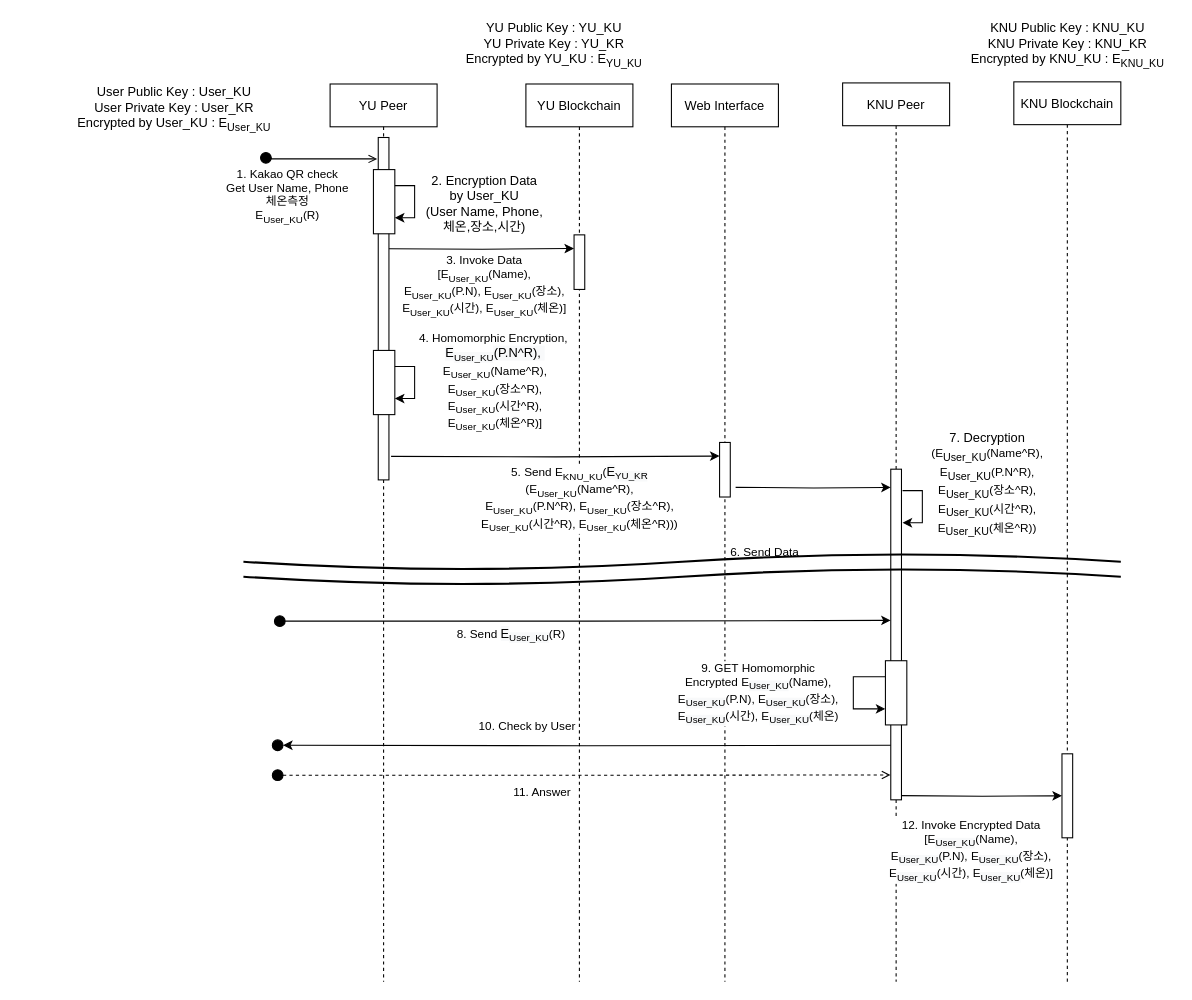
This is page "check by other org" (1 of 3) of Sequence Diagram.drawio from GunhyungKim/TrackingSystem, a draw.io file, before an edit. Source tidied: cells renumbered, new cells numbered last; positions are measured from the earlier drawing's top-left corner, leaving out a move shared by most shapes. Both pictures are drawn from the tidied source at 107%, with x=0, y=0 at pixel (66, 18).
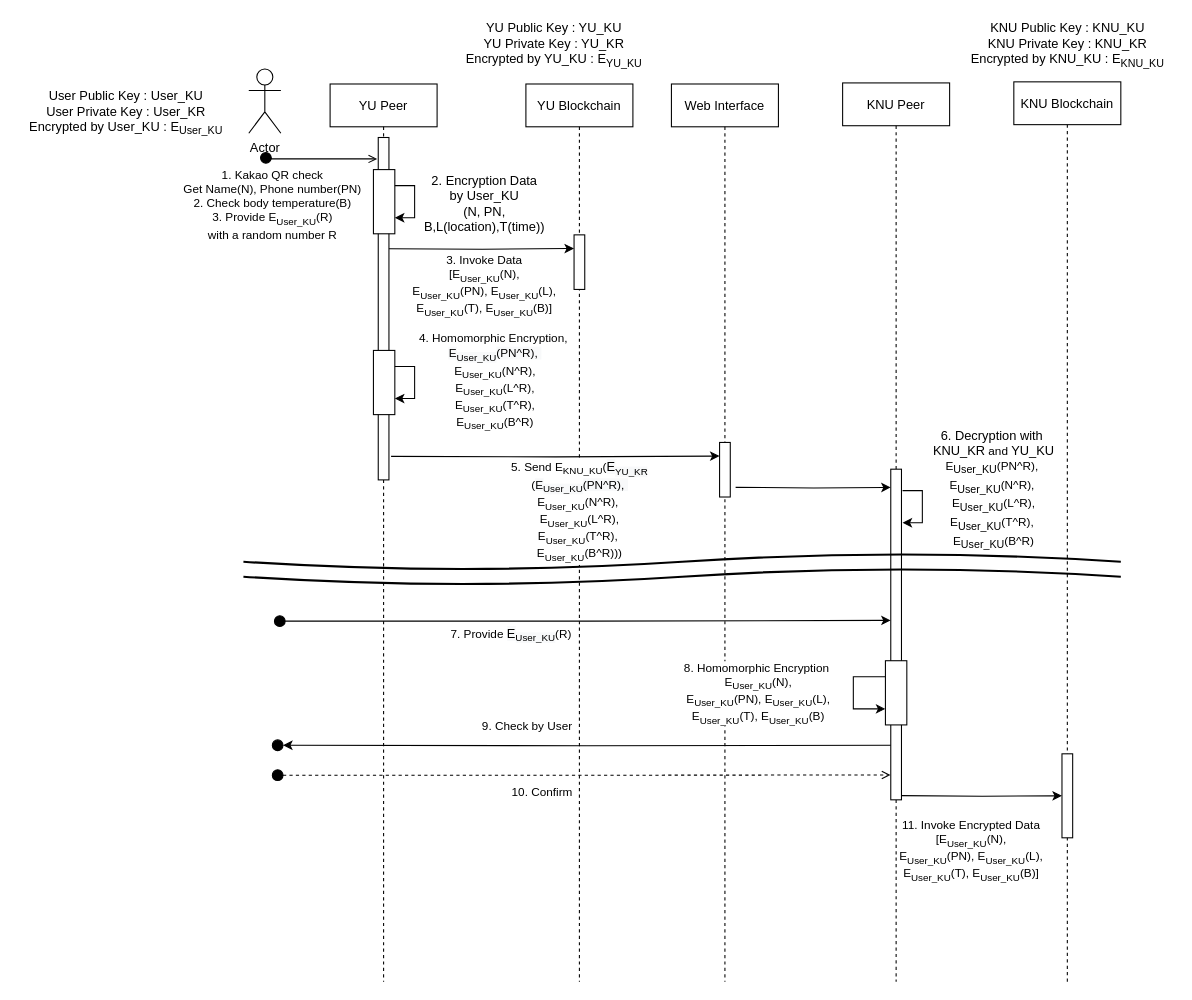
The same diagram, later.

The change refers to these unchanged cells:
```xml
<mxCell id="7" style="edgeStyle=orthogonalEdgeStyle;rounded=0;orthogonalLoop=1;jettySize=auto;html=1;exitX=0;exitY=0.25;exitDx=0;exitDy=0;entryX=0;entryY=0.75;entryDx=0;entryDy=0;" parent="4" edge="1" source="6" target="6">
  <mxGeometry relative="1" as="geometry">
    <Array as="points">
      <mxPoint x="10" y="555" />
      <mxPoint x="10" y="585" />
    </Array>
  </mxGeometry>
</mxCell>
<mxCell id="9" value="KNU Blockchain" style="shape=umlLifeline;perimeter=lifelinePerimeter;rounded=0;shadow=0;strokeWidth=1;" parent="1" vertex="1">
  <mxGeometry x="885" y="59" width="100" height="841" as="geometry" />
</mxCell>
<mxCell id="17" style="edgeStyle=orthogonalEdgeStyle;rounded=0;orthogonalLoop=1;jettySize=auto;html=1;exitX=1;exitY=0.25;exitDx=0;exitDy=0;entryX=1;entryY=0.75;entryDx=0;entryDy=0;" parent="12" edge="1" source="16" target="16">
  <mxGeometry relative="1" as="geometry">
    <Array as="points">
      <mxPoint x="79" y="264" />
      <mxPoint x="79" y="294" />
    </Array>
  </mxGeometry>
</mxCell>
<mxCell id="20" style="edgeStyle=orthogonalEdgeStyle;rounded=0;jettySize=auto;html=1;exitX=1;exitY=0.5;exitDx=0;exitDy=0;endArrow=open;endFill=0;" parent="1" edge="1" source="19">
  <mxGeometry relative="1" as="geometry">
    <mxPoint x="290" y="131" as="targetPoint" />
    <Array as="points">
      <mxPoint x="191" y="131" />
    </Array>
  </mxGeometry>
</mxCell>
<mxCell id="25" style="edgeStyle=orthogonalEdgeStyle;rounded=0;jettySize=auto;html=1;exitX=1;exitY=0.919;exitDx=0;exitDy=0;entryX=0;entryY=0.25;entryDx=0;entryDy=0;exitPerimeter=0;" parent="1" edge="1" target="24">
  <mxGeometry relative="1" as="geometry">
    <mxPoint x="301" y="214.9" as="sourcePoint" />
  </mxGeometry>
</mxCell>
<mxCell id="27" style="edgeStyle=orthogonalEdgeStyle;rounded=0;jettySize=auto;html=1;exitX=1.2;exitY=0.958;exitDx=0;exitDy=0;entryX=0;entryY=0.25;entryDx=0;entryDy=0;exitPerimeter=0;" parent="1" edge="1" target="3">
  <mxGeometry relative="1" as="geometry">
    <mxPoint x="303" y="409" as="sourcePoint" />
  </mxGeometry>
</mxCell>
<mxCell id="29" style="edgeStyle=orthogonalEdgeStyle;rounded=0;jettySize=auto;html=1;entryX=0;entryY=0.055;entryDx=0;entryDy=0;entryPerimeter=0;" parent="1" edge="1" target="5">
  <mxGeometry relative="1" as="geometry">
    <mxPoint x="625" y="438" as="sourcePoint" />
  </mxGeometry>
</mxCell>
<mxCell id="35" style="edgeStyle=orthogonalEdgeStyle;rounded=0;jettySize=auto;html=1;exitX=1;exitY=0.5;exitDx=0;exitDy=0;entryX=0;entryY=0.25;entryDx=0;entryDy=0;" parent="1" edge="1" source="37">
  <mxGeometry relative="1" as="geometry">
    <mxPoint x="770" y="562.3" as="targetPoint" />
  </mxGeometry>
</mxCell>
<mxCell id="38" style="edgeStyle=orthogonalEdgeStyle;rounded=0;jettySize=auto;html=1;exitX=1;exitY=0.958;exitDx=0;exitDy=0;entryX=0;entryY=0.5;entryDx=0;entryDy=0;exitPerimeter=0;" parent="1" edge="1" target="10">
  <mxGeometry relative="1" as="geometry">
    <mxPoint x="780" y="726.1" as="sourcePoint" />
  </mxGeometry>
</mxCell>
<mxCell id="40" style="edgeStyle=orthogonalEdgeStyle;rounded=0;jettySize=auto;html=1;entryX=1;entryY=0.5;entryDx=0;entryDy=0;endArrow=classic;endFill=1;" parent="1" edge="1" target="42">
  <mxGeometry relative="1" as="geometry">
    <mxPoint x="770" y="679" as="sourcePoint" />
  </mxGeometry>
</mxCell>
<mxCell id="43" style="edgeStyle=orthogonalEdgeStyle;rounded=0;jettySize=auto;html=1;exitX=1;exitY=0.5;exitDx=0;exitDy=0;dashed=1;endArrow=open;endFill=0;entryX=-0.033;entryY=0.886;entryDx=0;entryDy=0;entryPerimeter=0;" parent="1" edge="1" source="45">
  <mxGeometry relative="1" as="geometry">
    <mxPoint x="769.7" y="706.8" as="targetPoint" />
  </mxGeometry>
</mxCell>
```

Diff of the diagram source:
```diff
@@
-    <mxCell id="8" value="9. GET&amp;nbsp;Homomorphic&lt;br&gt;Encrypted E&lt;sub style=&quot;background-color: rgb(248 , 249 , 250)&quot;&gt;User_KU&lt;/sub&gt;(Name),&lt;br style=&quot;background-color: rgb(248 , 249 , 250)&quot;&gt;E&lt;sub style=&quot;background-color: rgb(248 , 249 , 250)&quot;&gt;User_KU&lt;/sub&gt;(P.N), E&lt;sub style=&quot;background-color: rgb(248 , 249 , 250)&quot;&gt;User_KU&lt;/sub&gt;(장소),&lt;br style=&quot;background-color: rgb(248 , 249 , 250)&quot;&gt;E&lt;sub style=&quot;background-color: rgb(248 , 249 , 250)&quot;&gt;User_KU&lt;/sub&gt;(시간), E&lt;sub style=&quot;background-color: rgb(248 , 249 , 250)&quot;&gt;User_KU&lt;/sub&gt;(체온)" style="edgeLabel;html=1;align=center;verticalAlign=middle;" parent="7" vertex="1">
+    <mxCell id="8" value="8. Homomorphic Encryption&amp;nbsp;&lt;br&gt;E&lt;sub&gt;User_KU&lt;/sub&gt;(N),&lt;br&gt;E&lt;sub&gt;User_KU&lt;/sub&gt;(PN), E&lt;sub&gt;User_KU&lt;/sub&gt;(L),&lt;br&gt;E&lt;sub&gt;User_KU&lt;/sub&gt;(T), E&lt;sub&gt;User_KU&lt;/sub&gt;(B)" style="edgeLabel;html=1;align=center;verticalAlign=middle;" parent="7" vertex="1">
       <mxGeometry x="-0.43" y="-3" relative="1" as="geometry">
         <mxPoint x="-94" y="18" as="offset" />
       </mxGeometry>
     </mxCell>
@@
-    <mxCell id="11" value="7. Decryption&lt;br&gt;&lt;span style=&quot;font-size: 11px ; background-color: rgb(255 , 255 , 255)&quot;&gt;(E&lt;/span&gt;&lt;sub&gt;User_KU&lt;/sub&gt;&lt;span style=&quot;font-size: 11px ; background-color: rgb(255 , 255 , 255)&quot;&gt;(Name^R),&lt;/span&gt;&lt;br style=&quot;font-size: 11px&quot;&gt;&lt;span style=&quot;font-size: 11px ; background-color: rgb(255 , 255 , 255)&quot;&gt;E&lt;/span&gt;&lt;sub&gt;User_KU&lt;/sub&gt;&lt;span style=&quot;font-size: 11px ; background-color: rgb(255 , 255 , 255)&quot;&gt;(P.N^R), &lt;br&gt;E&lt;/span&gt;&lt;sub&gt;User_KU&lt;/sub&gt;&lt;span style=&quot;font-size: 11px ; background-color: rgb(255 , 255 , 255)&quot;&gt;(장소^R),&lt;/span&gt;&lt;br style=&quot;font-size: 11px&quot;&gt;&lt;span style=&quot;font-size: 11px ; background-color: rgb(255 , 255 , 255)&quot;&gt;E&lt;/span&gt;&lt;sub&gt;User_KU&lt;/sub&gt;&lt;span style=&quot;font-size: 11px ; background-color: rgb(255 , 255 , 255)&quot;&gt;(시간^R), &lt;br&gt;E&lt;/span&gt;&lt;sub&gt;User_KU&lt;/sub&gt;&lt;span style=&quot;font-size: 11px ; background-color: rgb(255 , 255 , 255)&quot;&gt;(체온^R))&lt;/span&gt;" style="text;html=1;align=center;verticalAlign=middle;" parent="9" vertex="1">
-      <mxGeometry x="-85" y="326" width="120" height="100" as="geometry" />
+    <mxCell id="11" value="6. Decryption with&amp;nbsp;&lt;br&gt;KNU_KR&lt;span style=&quot;font-size: 11px ; background-color: rgb(255 , 255 , 255)&quot;&gt;&amp;nbsp;and&amp;nbsp;&lt;/span&gt;YU_KU&lt;br&gt;&lt;span style=&quot;font-size: 11px&quot;&gt;E&lt;/span&gt;&lt;sub&gt;User_KU&lt;/sub&gt;&lt;span style=&quot;font-size: 11px&quot;&gt;(PN^R),&amp;nbsp;&lt;br&gt;&lt;/span&gt;&lt;span style=&quot;font-size: 11px ; background-color: rgb(255 , 255 , 255)&quot;&gt;E&lt;/span&gt;&lt;sub&gt;User_KU&lt;/sub&gt;&lt;span style=&quot;font-size: 11px ; background-color: rgb(255 , 255 , 255)&quot;&gt;(N^R),&amp;nbsp;&lt;/span&gt;&lt;br style=&quot;font-size: 11px&quot;&gt;&lt;span style=&quot;font-size: 11px ; background-color: rgb(255 , 255 , 255)&quot;&gt;E&lt;/span&gt;&lt;sub&gt;User_KU&lt;/sub&gt;&lt;span style=&quot;font-size: 11px ; background-color: rgb(255 , 255 , 255)&quot;&gt;(L^R),&lt;/span&gt;&lt;br style=&quot;font-size: 11px&quot;&gt;&lt;span style=&quot;font-size: 11px ; background-color: rgb(255 , 255 , 255)&quot;&gt;E&lt;/span&gt;&lt;sub&gt;User_KU&lt;/sub&gt;&lt;span style=&quot;font-size: 11px ; background-color: rgb(255 , 255 , 255)&quot;&gt;(T^R),&amp;nbsp;&lt;/span&gt;&lt;br style=&quot;font-size: 11px&quot;&gt;&lt;span style=&quot;font-size: 11px ; background-color: rgb(255 , 255 , 255)&quot;&gt;E&lt;/span&gt;&lt;sub&gt;User_KU&lt;/sub&gt;&lt;span style=&quot;font-size: 11px ; background-color: rgb(255 , 255 , 255)&quot;&gt;(B^R)&lt;/span&gt;" style="text;html=1;align=center;verticalAlign=middle;fillColor=#ffffff;" parent="9" vertex="1">
+      <mxGeometry x="-84" y="321" width="130" height="120" as="geometry" />
     </mxCell>
@@
-    <mxCell id="18" value="4. Homomorphic Encryption,&amp;nbsp;&lt;br&gt;&lt;span style=&quot;font-size: 12px ; background-color: rgb(248 , 249 , 250)&quot;&gt;E&lt;/span&gt;&lt;sub style=&quot;background-color: rgb(248 , 249 , 250)&quot;&gt;User_KU&lt;/sub&gt;&lt;span style=&quot;font-size: 12px ; background-color: rgb(248 , 249 , 250)&quot;&gt;(P.N^R),&amp;nbsp;&lt;br&gt;&lt;/span&gt;E&lt;sub&gt;User_KU&lt;/sub&gt;(Name^R), &lt;br&gt;E&lt;sub&gt;User_KU&lt;/sub&gt;(장소^R),&lt;br&gt;E&lt;sub&gt;User_KU&lt;/sub&gt;(시간^R), &lt;br&gt;E&lt;sub&gt;User_KU&lt;/sub&gt;(체온^R)]&lt;sub style=&quot;background-color: rgb(248 , 249 , 250)&quot;&gt;&lt;br&gt;&lt;/sub&gt;" style="edgeLabel;html=1;align=center;verticalAlign=middle;" parent="17" vertex="1">
+    <mxCell id="18" value="4. Homomorphic Encryption,&amp;nbsp;&lt;br&gt;&lt;font style=&quot;font-size: 11px&quot;&gt;&lt;span style=&quot;background-color: rgb(248 , 249 , 250)&quot;&gt;E&lt;/span&gt;&lt;sub style=&quot;background-color: rgb(248 , 249 , 250)&quot;&gt;User_KU&lt;/sub&gt;&lt;span style=&quot;background-color: rgb(248 , 249 , 250)&quot;&gt;(PN^R),&amp;nbsp;&lt;br&gt;&lt;/span&gt;E&lt;sub&gt;User_KU&lt;/sub&gt;(N^R), &lt;br&gt;E&lt;sub&gt;User_KU&lt;/sub&gt;(L^R),&lt;br&gt;E&lt;sub&gt;User_KU&lt;/sub&gt;(T^R), &lt;br&gt;E&lt;sub&gt;User_KU&lt;/sub&gt;(B^R)&lt;/font&gt;&lt;sub style=&quot;background-color: rgb(248 , 249 , 250)&quot;&gt;&lt;br&gt;&lt;/sub&gt;" style="edgeLabel;html=1;align=center;verticalAlign=middle;" parent="17" vertex="1">
       <mxGeometry x="-0.45" y="-4" relative="1" as="geometry">
         <mxPoint x="74.5" y="10" as="offset" />
       </mxGeometry>
     </mxCell>
@@
-    <mxCell id="21" value="1. Kakao QR check&lt;br&gt;Get User Name, Phone&lt;br&gt;체온측정&lt;br&gt;E&lt;sub&gt;User_KU&lt;/sub&gt;(R)" style="edgeLabel;html=1;align=center;verticalAlign=middle;" parent="20" vertex="1">
+    <mxCell id="21" value="1. Kakao QR check&lt;br&gt;Get Name(N), Phone number(PN)&lt;br&gt;2. Check body temperature(B)&lt;br&gt;3. Provide E&lt;sub&gt;User_KU&lt;/sub&gt;(R) &lt;br&gt;with a random number R" style="edgeLabel;html=1;align=center;verticalAlign=middle;" parent="20" vertex="1">
       <mxGeometry x="0.26" y="1" relative="1" as="geometry">
-        <mxPoint x="-48" y="35" as="offset" />
+        <mxPoint x="-62" y="43" as="offset" />
       </mxGeometry>
     </mxCell>
-    <mxCell id="22" value="2. Encryption Data&lt;br&gt;by User_KU&lt;br&gt;(User Name, Phone,&lt;br&gt;체온,장소,시간)" style="text;html=1;align=center;verticalAlign=middle;" parent="1" vertex="1">
-      <mxGeometry x="330" y="143" width="120" height="60" as="geometry" />
+    <mxCell id="22" value="2. Encryption Data&lt;br&gt;by User_KU&lt;br&gt;(N, PN,&lt;br&gt;B,L(location),T(time))" style="text;html=1;align=center;verticalAlign=middle;" parent="1" vertex="1">
+      <mxGeometry x="325" y="143" width="130" height="60" as="geometry" />
     </mxCell>
@@
-    <mxCell id="26" value="3. Invoke Data&lt;br&gt;[E&lt;sub&gt;User_KU&lt;/sub&gt;(Name),&lt;br&gt;E&lt;sub&gt;User_KU&lt;/sub&gt;(P.N), E&lt;sub&gt;User_KU&lt;/sub&gt;(장소),&lt;br&gt;E&lt;sub&gt;User_KU&lt;/sub&gt;(시간), E&lt;sub&gt;User_KU&lt;/sub&gt;(체온)]" style="edgeLabel;html=1;align=center;verticalAlign=middle;" parent="25" vertex="1">
+    <mxCell id="26" value="3. Invoke Data&lt;br&gt;[E&lt;sub&gt;User_KU&lt;/sub&gt;(N),&lt;br&gt;E&lt;sub&gt;User_KU&lt;/sub&gt;(PN), E&lt;sub&gt;User_KU&lt;/sub&gt;(L),&lt;br&gt;E&lt;sub&gt;User_KU&lt;/sub&gt;(T), E&lt;sub&gt;User_KU&lt;/sub&gt;(B)]" style="edgeLabel;html=1;align=center;verticalAlign=middle;" parent="25" vertex="1">
       <mxGeometry x="-0.23" y="1" relative="1" as="geometry">
         <mxPoint x="21" y="35.1" as="offset" />
       </mxGeometry>
     </mxCell>
@@
-    <mxCell id="28" value="5. Send E&lt;sub&gt;KNU_KU&lt;/sub&gt;(&lt;span style=&quot;font-size: 12px ; background-color: rgb(248 , 249 , 250)&quot;&gt;E&lt;/span&gt;&lt;sub style=&quot;background-color: rgb(248 , 249 , 250)&quot;&gt;YU_KR&lt;/sub&gt;&lt;sub&gt;&lt;br&gt;&lt;/sub&gt;(E&lt;sub&gt;User_KU&lt;/sub&gt;(Name^R),&lt;br&gt;E&lt;sub&gt;User_KU&lt;/sub&gt;(P.N^R), E&lt;sub&gt;User_KU&lt;/sub&gt;(장소^R),&lt;br&gt;E&lt;sub&gt;User_KU&lt;/sub&gt;(시간^R), E&lt;sub&gt;User_KU&lt;/sub&gt;(체온^R)))" style="edgeLabel;html=1;align=center;verticalAlign=middle;" parent="27" vertex="1">
+    <mxCell id="28" value="5. Send E&lt;sub&gt;KNU_KU&lt;/sub&gt;(&lt;span style=&quot;font-size: 12px ; background-color: rgb(248 , 249 , 250)&quot;&gt;E&lt;/span&gt;&lt;sub style=&quot;background-color: rgb(248 , 249 , 250)&quot;&gt;YU_KR&lt;/sub&gt;&lt;sub&gt;&lt;br&gt;&lt;/sub&gt;(&lt;span style=&quot;background-color: rgb(248 , 249 , 250)&quot;&gt;E&lt;/span&gt;&lt;sub style=&quot;background-color: rgb(248 , 249 , 250)&quot;&gt;User_KU&lt;/sub&gt;&lt;span style=&quot;background-color: rgb(248 , 249 , 250)&quot;&gt;(PN^R),&amp;nbsp;&lt;br&gt;&lt;/span&gt;E&lt;sub&gt;User_KU&lt;/sub&gt;(N^R),&amp;nbsp;&lt;br&gt;E&lt;sub&gt;User_KU&lt;/sub&gt;(L^R),&lt;br&gt;E&lt;sub&gt;User_KU&lt;/sub&gt;(T^R),&amp;nbsp;&lt;br&gt;E&lt;sub&gt;User_KU&lt;/sub&gt;(B^R)))" style="edgeLabel;html=1;align=center;verticalAlign=middle;" parent="27" vertex="1">
       <mxGeometry x="-0.62" y="-2" relative="1" as="geometry">
-        <mxPoint x="118" y="37" as="offset" />
+        <mxPoint x="118" y="49" as="offset" />
       </mxGeometry>
     </mxCell>
@@
-    <mxCell id="30" value="6. Send Data" style="edgeLabel;html=1;align=center;verticalAlign=middle;" parent="29" vertex="1">
-      <mxGeometry y="49" relative="1" as="geometry">
-        <mxPoint x="2" y="60" as="offset" />
-      </mxGeometry>
-    </mxCell>
     <mxCell id="31" value="User Public Key : User_KU&lt;br&gt;User Private Key : User_KR&lt;br&gt;Encrypted by User_KU : E&lt;sub&gt;User_KU&lt;/sub&gt;" style="text;html=1;align=center;verticalAlign=middle;" parent="1" vertex="1">
-      <mxGeometry y="60" width="200" height="50" as="geometry" />
+      <mxGeometry x="-45" y="63" width="200" height="50" as="geometry" />
     </mxCell>
@@
-    <mxCell id="36" value="8. Send&amp;nbsp;&lt;span style=&quot;font-size: 12px ; background-color: rgb(248 , 249 , 250)&quot;&gt;E&lt;/span&gt;&lt;sub style=&quot;background-color: rgb(248 , 249 , 250)&quot;&gt;User_KU&lt;/sub&gt;(R)" style="edgeLabel;html=1;align=center;verticalAlign=middle;" parent="35" vertex="1">
+    <mxCell id="36" value="7. Provide&amp;nbsp;&lt;span style=&quot;font-size: 12px ; background-color: rgb(248 , 249 , 250)&quot;&gt;E&lt;/span&gt;&lt;sub style=&quot;background-color: rgb(248 , 249 , 250)&quot;&gt;User_KU&lt;/sub&gt;(R)" style="edgeLabel;html=1;align=center;verticalAlign=middle;" parent="35" vertex="1">
       <mxGeometry x="-0.28" y="-1" relative="1" as="geometry">
         <mxPoint x="6" y="11.8" as="offset" />
       </mxGeometry>
     </mxCell>
@@
-    <mxCell id="39" value="12. Invoke Encrypted Data&lt;br&gt;[E&lt;sub style=&quot;background-color: rgb(248 , 249 , 250)&quot;&gt;User_KU&lt;/sub&gt;(Name),&lt;br style=&quot;background-color: rgb(248 , 249 , 250)&quot;&gt;E&lt;sub style=&quot;background-color: rgb(248 , 249 , 250)&quot;&gt;User_KU&lt;/sub&gt;(P.N), E&lt;sub style=&quot;background-color: rgb(248 , 249 , 250)&quot;&gt;User_KU&lt;/sub&gt;(장소),&lt;br style=&quot;background-color: rgb(248 , 249 , 250)&quot;&gt;E&lt;sub style=&quot;background-color: rgb(248 , 249 , 250)&quot;&gt;User_KU&lt;/sub&gt;(시간), E&lt;sub style=&quot;background-color: rgb(248 , 249 , 250)&quot;&gt;User_KU&lt;/sub&gt;(체온)]" style="edgeLabel;html=1;align=center;verticalAlign=middle;" parent="38" vertex="1">
+    <mxCell id="39" value="11. Invoke Encrypted Data&lt;br&gt;[E&lt;sub&gt;User_KU&lt;/sub&gt;(N),&lt;br&gt;E&lt;sub&gt;User_KU&lt;/sub&gt;(PN), E&lt;sub&gt;User_KU&lt;/sub&gt;(L),&lt;br&gt;E&lt;sub&gt;User_KU&lt;/sub&gt;(T), E&lt;sub&gt;User_KU&lt;/sub&gt;(B)]" style="edgeLabel;html=1;align=center;verticalAlign=middle;" parent="38" vertex="1">
       <mxGeometry x="-0.35" relative="1" as="geometry">
         <mxPoint x="16" y="50.9" as="offset" />
       </mxGeometry>
     </mxCell>
@@
-    <mxCell id="41" value="10. Check by User" style="edgeLabel;html=1;align=center;verticalAlign=middle;" parent="40" vertex="1">
+    <mxCell id="41" value="9. Check by User" style="edgeLabel;html=1;align=center;verticalAlign=middle;" parent="40" vertex="1">
       <mxGeometry x="0.28" y="-2" relative="1" as="geometry">
         <mxPoint x="23" y="-17" as="offset" />
       </mxGeometry>
     </mxCell>
@@
-    <mxCell id="44" value="11. Answer" style="edgeLabel;html=1;align=center;verticalAlign=middle;" parent="43" vertex="1">
+    <mxCell id="44" value="10. Confirm" style="edgeLabel;html=1;align=center;verticalAlign=middle;" parent="43" vertex="1">
       <mxGeometry x="-0.14" y="1" relative="1" as="geometry">
         <mxPoint x="-2.3" y="16" as="offset" />
       </mxGeometry>
     </mxCell>
@@
+    <mxCell id="48" value="Actor" style="shape=umlActor;verticalLabelPosition=bottom;verticalAlign=top;html=1;fillColor=#ffffff;" parent="1" vertex="1">
+      <mxGeometry x="170" y="47" width="30" height="60" as="geometry" />
+    </mxCell>
```
